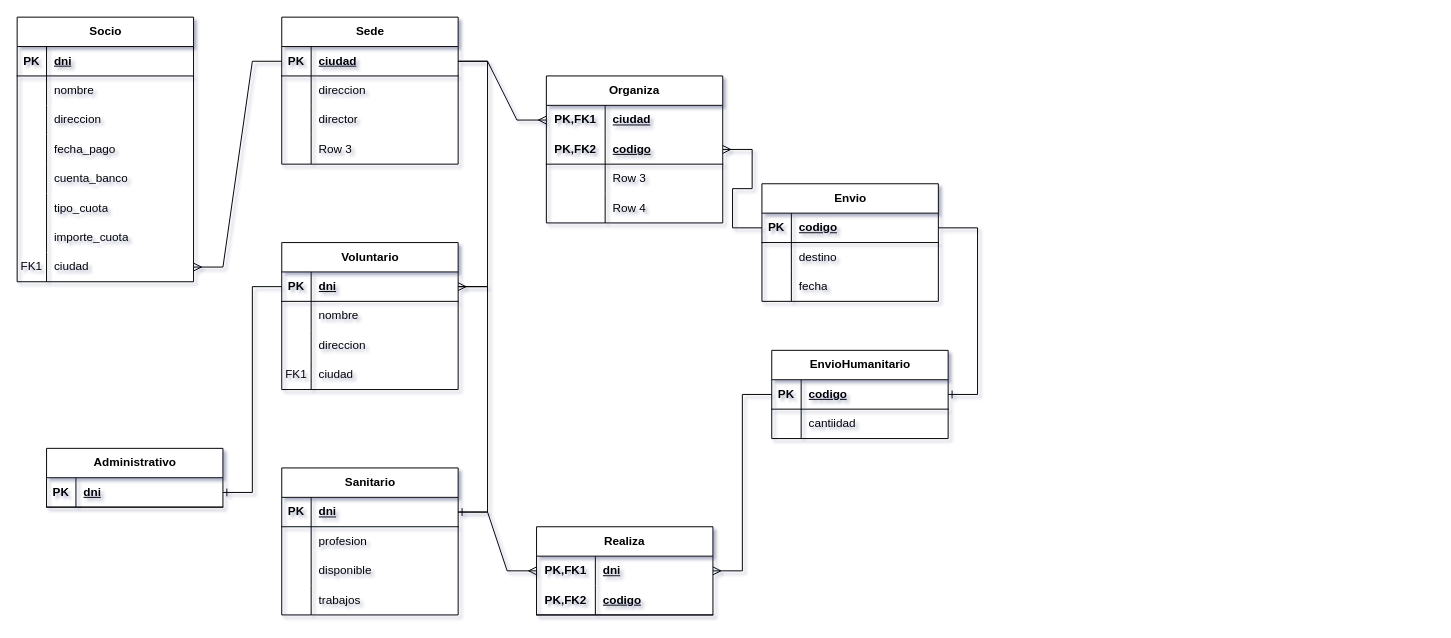
Before: ED y BD/BD/Apuntes/UD7/ACT/Actividad7Boletin.drawio in alvarocastilla05/1-DAM, a draw.io diagram. Source tidied: cells renumbered, new cells numbered last; positions are measured from the earlier drawing's top-left corner, leaving out a move shared by most shapes. Both pictures are drawn from the tidied source at 98%, with x=0, y=0 at pixel (17, 17).
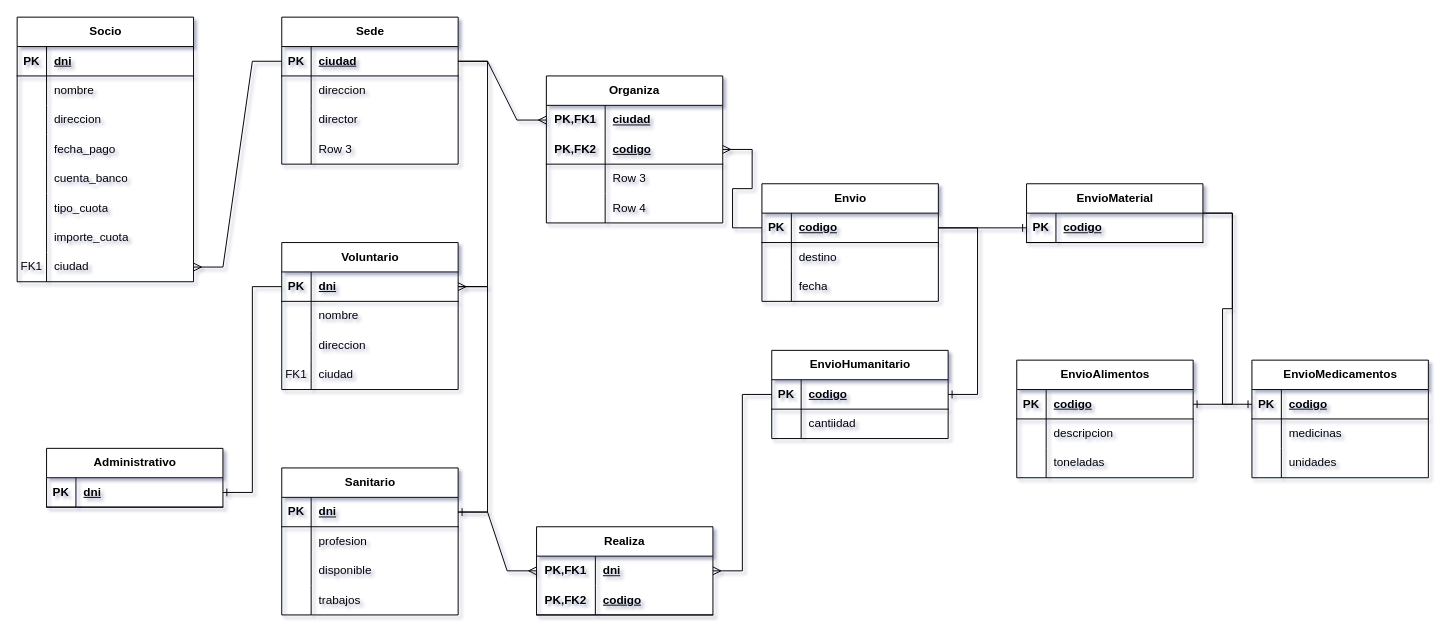
Above is the later version.

The change refers to these unchanged cells:
```xml
<mxCell id="105" style="shape=tableRow;horizontal=0;startSize=0;swimlaneHead=0;swimlaneBody=0;fillColor=none;points=[[0,0.5],[1,0.5]];portConstraint=eastwest;top=0;left=0;right=0;bottom=1;" parent="104" vertex="1">
  <mxGeometry y="30" width="180" height="30" as="geometry" />
</mxCell>
```

What changed in the source:
```diff
@@
+    <mxCell id="116" value="EnvioMaterial" style="shape=table;startSize=30;childLayout=tableLayout;rowLines=0;fontStyle=1;align=center;html=1;" parent="1" vertex="1">
+      <mxGeometry x="1030" y="170" width="180" height="60" as="geometry" />
+    </mxCell>
+    <mxCell id="117" style="shape=tableRow;horizontal=0;startSize=0;swimlaneHead=0;swimlaneBody=0;fillColor=none;points=[[0,0.5],[1,0.5]];portConstraint=eastwest;top=0;left=0;right=0;bottom=1;" parent="116" vertex="1">
+      <mxGeometry y="30" width="180" height="30" as="geometry" />
+    </mxCell>
+    <mxCell id="118" value="PK" style="shape=partialRectangle;fillColor=none;top=0;left=0;bottom=0;right=0;fontStyle=1;overflow=hidden;whiteSpace=wrap;html=1;" parent="117" vertex="1">
+      <mxGeometry width="30" height="30" as="geometry" />
+    </mxCell>
+    <mxCell id="119" value="codigo" style="shape=partialRectangle;fillColor=none;top=0;left=0;bottom=0;right=0;align=left;spacingLeft=6;fontStyle=5;overflow=hidden;whiteSpace=wrap;html=1;" parent="117" vertex="1">
+      <mxGeometry x="30" width="150" height="30" as="geometry" />
+    </mxCell>
+    <mxCell id="120" style="edgeStyle=entityRelationEdgeStyle;fontSize=12;html=1;endArrow=ERone;endFill=1;rounded=0;exitX=1;exitY=0.5;exitDx=0;exitDy=0;entryX=0;entryY=0.5;entryDx=0;entryDy=0;" parent="1" edge="1" source="105" target="117">
+      <mxGeometry relative="1" as="geometry" />
+    </mxCell>
+    <mxCell id="121" value="EnvioAlimentos" style="shape=table;startSize=30;childLayout=tableLayout;rowLines=0;fontStyle=1;align=center;html=1;" parent="1" vertex="1">
+      <mxGeometry x="1020" y="350" width="180" height="120" as="geometry" />
+    </mxCell>
+    <mxCell id="122" style="shape=tableRow;horizontal=0;startSize=0;swimlaneHead=0;swimlaneBody=0;fillColor=none;points=[[0,0.5],[1,0.5]];portConstraint=eastwest;top=0;left=0;right=0;bottom=1;" parent="121" vertex="1">
+      <mxGeometry y="30" width="180" height="30" as="geometry" />
+    </mxCell>
+    <mxCell id="123" value="PK" style="shape=partialRectangle;fillColor=none;top=0;left=0;bottom=0;right=0;fontStyle=1;overflow=hidden;whiteSpace=wrap;html=1;" parent="122" vertex="1">
+      <mxGeometry width="30" height="30" as="geometry" />
+    </mxCell>
+    <mxCell id="124" value="codigo" style="shape=partialRectangle;fillColor=none;top=0;left=0;bottom=0;right=0;align=left;spacingLeft=6;fontStyle=5;overflow=hidden;whiteSpace=wrap;html=1;" parent="122" vertex="1">
+      <mxGeometry x="30" width="150" height="30" as="geometry" />
+    </mxCell>
+    <mxCell id="125" style="shape=tableRow;horizontal=0;startSize=0;swimlaneHead=0;swimlaneBody=0;fillColor=none;top=0;left=0;right=0;bottom=0;" parent="121" vertex="1">
+      <mxGeometry y="60" width="180" height="30" as="geometry" />
+    </mxCell>
+    <mxCell id="126" style="shape=partialRectangle;fillColor=none;top=0;left=0;bottom=0;right=0;overflow=hidden;whiteSpace=wrap;html=1;" parent="125" vertex="1">
+      <mxGeometry width="30" height="30" as="geometry" />
+    </mxCell>
+    <mxCell id="127" value="descripcion" style="shape=partialRectangle;fillColor=none;top=0;left=0;bottom=0;right=0;align=left;spacingLeft=6;overflow=hidden;whiteSpace=wrap;html=1;" parent="125" vertex="1">
+      <mxGeometry x="30" width="150" height="30" as="geometry" />
+    </mxCell>
+    <mxCell id="128" style="shape=tableRow;horizontal=0;startSize=0;swimlaneHead=0;swimlaneBody=0;fillColor=none;top=0;left=0;right=0;bottom=0;" parent="121" vertex="1">
+      <mxGeometry y="90" width="180" height="30" as="geometry" />
+    </mxCell>
+    <mxCell id="129" style="shape=partialRectangle;fillColor=none;top=0;left=0;bottom=0;right=0;overflow=hidden;whiteSpace=wrap;html=1;" parent="128" vertex="1">
+      <mxGeometry width="30" height="30" as="geometry" />
+    </mxCell>
+    <mxCell id="130" value="toneladas" style="shape=partialRectangle;fillColor=none;top=0;left=0;bottom=0;right=0;align=left;spacingLeft=6;overflow=hidden;whiteSpace=wrap;html=1;" parent="128" vertex="1">
+      <mxGeometry x="30" width="150" height="30" as="geometry" />
+    </mxCell>
+    <mxCell id="131" value="EnvioMedicamentos" style="shape=table;startSize=30;childLayout=tableLayout;rowLines=0;fontStyle=1;align=center;html=1;" parent="1" vertex="1">
+      <mxGeometry x="1260" y="350" width="180" height="120" as="geometry" />
+    </mxCell>
+    <mxCell id="132" style="shape=tableRow;horizontal=0;startSize=0;swimlaneHead=0;swimlaneBody=0;fillColor=none;points=[[0,0.5],[1,0.5]];portConstraint=eastwest;top=0;left=0;right=0;bottom=1;" parent="131" vertex="1">
+      <mxGeometry y="30" width="180" height="30" as="geometry" />
+    </mxCell>
+    <mxCell id="133" value="PK" style="shape=partialRectangle;fillColor=none;top=0;left=0;bottom=0;right=0;fontStyle=1;overflow=hidden;whiteSpace=wrap;html=1;" parent="132" vertex="1">
+      <mxGeometry width="30" height="30" as="geometry" />
+    </mxCell>
+    <mxCell id="134" value="codigo" style="shape=partialRectangle;fillColor=none;top=0;left=0;bottom=0;right=0;align=left;spacingLeft=6;fontStyle=5;overflow=hidden;whiteSpace=wrap;html=1;" parent="132" vertex="1">
+      <mxGeometry x="30" width="150" height="30" as="geometry" />
+    </mxCell>
+    <mxCell id="135" style="shape=tableRow;horizontal=0;startSize=0;swimlaneHead=0;swimlaneBody=0;fillColor=none;top=0;left=0;right=0;bottom=0;" parent="131" vertex="1">
+      <mxGeometry y="60" width="180" height="30" as="geometry" />
+    </mxCell>
+    <mxCell id="136" style="shape=partialRectangle;fillColor=none;top=0;left=0;bottom=0;right=0;overflow=hidden;whiteSpace=wrap;html=1;" parent="135" vertex="1">
+      <mxGeometry width="30" height="30" as="geometry" />
+    </mxCell>
+    <mxCell id="137" value="medicinas" style="shape=partialRectangle;fillColor=none;top=0;left=0;bottom=0;right=0;align=left;spacingLeft=6;overflow=hidden;whiteSpace=wrap;html=1;" parent="135" vertex="1">
+      <mxGeometry x="30" width="150" height="30" as="geometry" />
+    </mxCell>
+    <mxCell id="138" style="shape=tableRow;horizontal=0;startSize=0;swimlaneHead=0;swimlaneBody=0;fillColor=none;top=0;left=0;right=0;bottom=0;" parent="131" vertex="1">
+      <mxGeometry y="90" width="180" height="30" as="geometry" />
+    </mxCell>
+    <mxCell id="139" style="shape=partialRectangle;fillColor=none;top=0;left=0;bottom=0;right=0;overflow=hidden;whiteSpace=wrap;html=1;" parent="138" vertex="1">
+      <mxGeometry width="30" height="30" as="geometry" />
+    </mxCell>
+    <mxCell id="140" value="unidades" style="shape=partialRectangle;fillColor=none;top=0;left=0;bottom=0;right=0;align=left;spacingLeft=6;overflow=hidden;whiteSpace=wrap;html=1;" parent="138" vertex="1">
+      <mxGeometry x="30" width="150" height="30" as="geometry" />
+    </mxCell>
+    <mxCell id="141" style="edgeStyle=entityRelationEdgeStyle;fontSize=12;html=1;endArrow=ERone;endFill=1;rounded=0;entryX=1;entryY=0.5;entryDx=0;entryDy=0;" parent="1" edge="1" source="116" target="122">
+      <mxGeometry relative="1" as="geometry" />
+    </mxCell>
+    <mxCell id="142" style="edgeStyle=entityRelationEdgeStyle;fontSize=12;html=1;endArrow=ERone;endFill=1;rounded=0;" parent="1" edge="1" target="132">
+      <mxGeometry relative="1" as="geometry">
+        <mxPoint x="1210" y="200" as="sourcePoint" />
+      </mxGeometry>
+    </mxCell>
```
